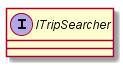
Before: doc/technical/goto-lambda-arch.png, a diagram exported from PlantUML (highstreeto/GoTo). Its diagram source:
```plantuml
@startuml goto-lambda-arch

interface ITripSearcher {

}

@enduml
```
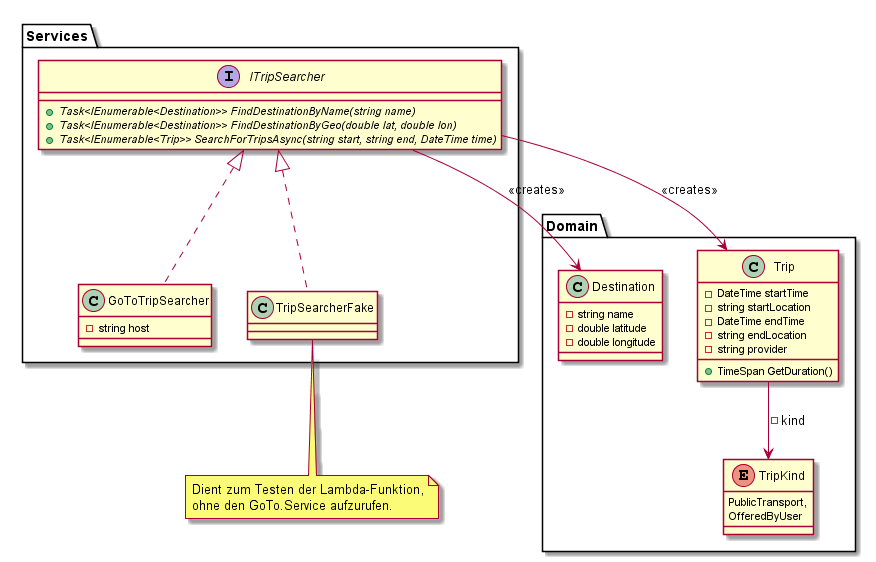
After the change.

The edit, as a diff of the source:
```diff
@@ -1,7 +1,47 @@
 @startuml goto-lambda-arch
 
-interface ITripSearcher {
+class Domain.Destination {
+    -string name
+    -double latitude
+    -double longitude
+}
+
+class Domain.Trip {
+    -DateTime startTime
+    -string startLocation
+    -DateTime endTime
+    -string endLocation
+    -string provider
+    +TimeSpan GetDuration()
+}
+Domain.Trip --> Domain.TripKind : -kind
+
+enum Domain.TripKind {
+    PublicTransport,
+    OfferedByUser
+}
+
+interface Services.ITripSearcher {
+    +{abstract} Task<IEnumerable<Destination>> FindDestinationByName(string name)
+    +{abstract} Task<IEnumerable<Destination>> FindDestinationByGeo(double lat, double lon)
+    +{abstract} Task<IEnumerable<Trip>> SearchForTripsAsync(string start, string end, DateTime time)
+}
+Services.ITripSearcher --> Domain.Destination : <<creates>>
+Services.ITripSearcher --> Domain.Trip : <<creates>>
+
+class Services.GoToTripSearcher {
+    -string host
+}
+Services.ITripSearcher <|.. Services.GoToTripSearcher
+
+class Services.TripSearcherFake {
 
 }
+Services.ITripSearcher <|.. Services.TripSearcherFake
+
+note bottom of Services.TripSearcherFake
+    Dient zum Testen der Lambda-Funktion,
+    ohne den GoTo.Service aufzurufen.
+end note
 
 @enduml
```
